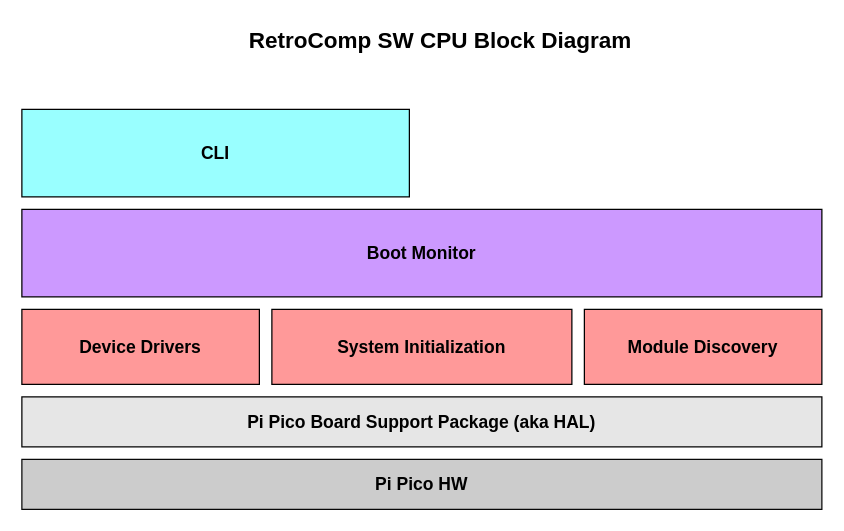
dervish77/RetroComp keeps this draw.io diagram as docs/RetroComp-SW-CPU-Block-Diagram.drawio. Above is the earlier version. Source tidied: cells renumbered, new cells numbered last; positions are measured from the earlier drawing's top-left corner, leaving out a move shared by most shapes. Both pictures are drawn from the tidied source at 125%, with x=0, y=0 at pixel (21, 21).
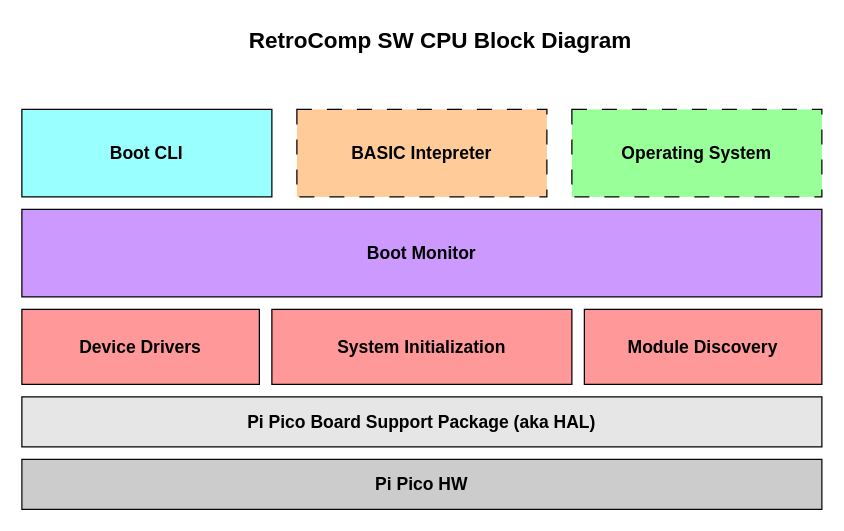
After the change.

Commit message (it also covers changes not shown here):
modified sw cpu diagram to include basic and opsys

The edit, as a diff of the source:
```diff
@@
 <mxGraphModel>
   <root>
     <mxCell id="0" />
     <mxCell id="1" parent="0" />
     <mxCell id="2" value="&lt;b&gt;&lt;font style=&quot;font-size: 14px;&quot;&gt;Pi Pico HW&lt;/font&gt;&lt;/b&gt;" style="rounded=0;whiteSpace=wrap;html=1;fillColor=#CCCCCC;strokeColor=light-dark(#080808, #5c79a3);" parent="1" vertex="1">
       <mxGeometry y="350" width="640" height="40" as="geometry" />
     </mxCell>
     <mxCell id="3" value="&lt;b&gt;&lt;font style=&quot;font-size: 14px;&quot;&gt;Pi Pico Board Support Package (aka HAL)&lt;/font&gt;&lt;/b&gt;" style="rounded=0;whiteSpace=wrap;html=1;fillColor=#E6E6E6;" parent="1" vertex="1">
       <mxGeometry y="300" width="640" height="40" as="geometry" />
     </mxCell>
     <mxCell id="4" value="&lt;b&gt;&lt;font style=&quot;font-size: 18px;&quot;&gt;RetroComp SW CPU Block Diagram&lt;/font&gt;&lt;/b&gt;" style="text;html=1;align=center;verticalAlign=middle;whiteSpace=wrap;rounded=0;" parent="1" vertex="1">
       <mxGeometry x="160" width="350" height="30" as="geometry" />
     </mxCell>
     <mxCell id="5" value="&lt;b&gt;&lt;font style=&quot;font-size: 14px;&quot;&gt;System Initialization&lt;/font&gt;&lt;/b&gt;" style="rounded=0;whiteSpace=wrap;html=1;fillColor=#FF9999;" parent="1" vertex="1">
       <mxGeometry x="200" y="230" width="240" height="60" as="geometry" />
     </mxCell>
     <mxCell id="6" value="&lt;b&gt;&lt;font style=&quot;font-size: 14px;&quot;&gt;Module Discovery&lt;/font&gt;&lt;/b&gt;" style="rounded=0;whiteSpace=wrap;html=1;fillColor=#FF9999;" parent="1" vertex="1">
       <mxGeometry x="450" y="230" width="190" height="60" as="geometry" />
     </mxCell>
     <mxCell id="7" value="&lt;b&gt;&lt;font style=&quot;font-size: 14px;&quot;&gt;Boot Monitor&lt;/font&gt;&lt;/b&gt;" style="rounded=0;whiteSpace=wrap;html=1;fillColor=#CC99FF;" parent="1" vertex="1">
       <mxGeometry y="150" width="640" height="70" as="geometry" />
     </mxCell>
     <mxCell id="8" value="&lt;b&gt;&lt;font style=&quot;font-size: 14px;&quot;&gt;Device Drivers&lt;/font&gt;&lt;/b&gt;" style="rounded=0;whiteSpace=wrap;html=1;fillColor=#FF9999;" parent="1" vertex="1">
       <mxGeometry y="230" width="190" height="60" as="geometry" />
     </mxCell>
-    <mxCell id="9" value="&lt;b&gt;&lt;font style=&quot;font-size: 14px;&quot;&gt;CLI&lt;/font&gt;&lt;/b&gt;" style="rounded=0;whiteSpace=wrap;html=1;fillColor=#99FFFF;" parent="1" vertex="1">
-      <mxGeometry y="70" width="310" height="70" as="geometry" />
+    <mxCell id="9" value="&lt;b&gt;&lt;font style=&quot;font-size: 14px;&quot;&gt;Boot CLI&lt;/font&gt;&lt;/b&gt;" style="rounded=0;whiteSpace=wrap;html=1;fillColor=#99FFFF;" parent="1" vertex="1">
+      <mxGeometry y="70" width="200" height="70" as="geometry" />
     </mxCell>
+    <mxCell id="10" value="&lt;b&gt;&lt;font style=&quot;font-size: 14px;&quot;&gt;Operating System&lt;/font&gt;&lt;/b&gt;" style="rounded=0;whiteSpace=wrap;html=1;fillColor=#99FF99;dashed=1;dashPattern=12 12;" parent="1" vertex="1">
+      <mxGeometry x="440" y="70" width="200" height="70" as="geometry" />
+    </mxCell>
+    <mxCell id="11" value="&lt;b&gt;&lt;font style=&quot;font-size: 14px;&quot;&gt;BASIC Intepreter&lt;/font&gt;&lt;/b&gt;" style="rounded=0;whiteSpace=wrap;html=1;fillColor=#FFCC99;dashed=1;dashPattern=12 12;" parent="1" vertex="1">
+      <mxGeometry x="220" y="70" width="200" height="70" as="geometry" />
+    </mxCell>
   </root>
 </mxGraphModel>
```
